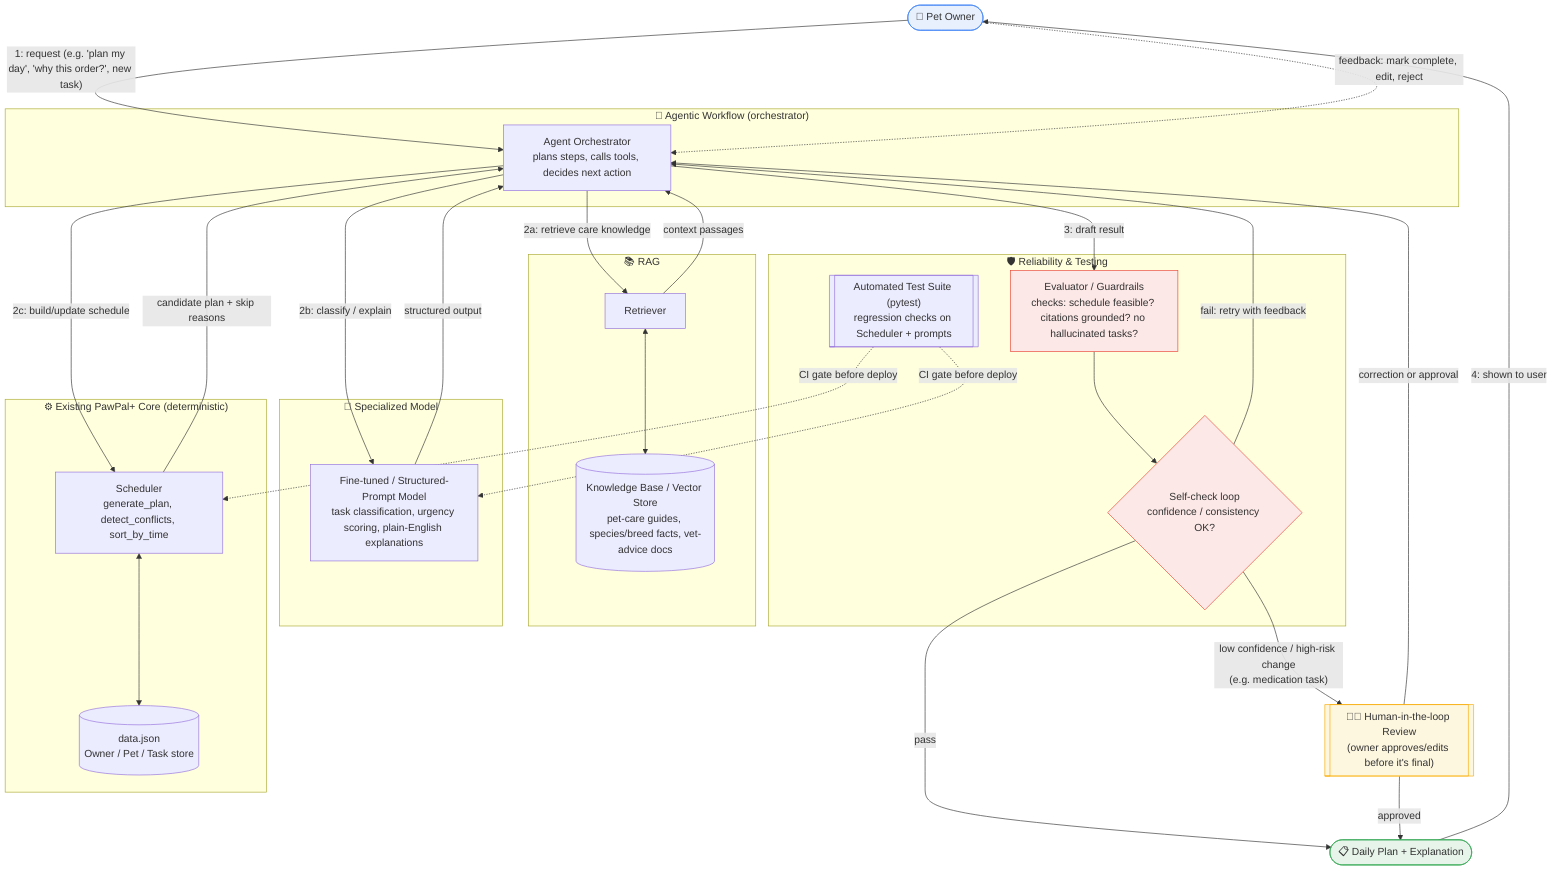
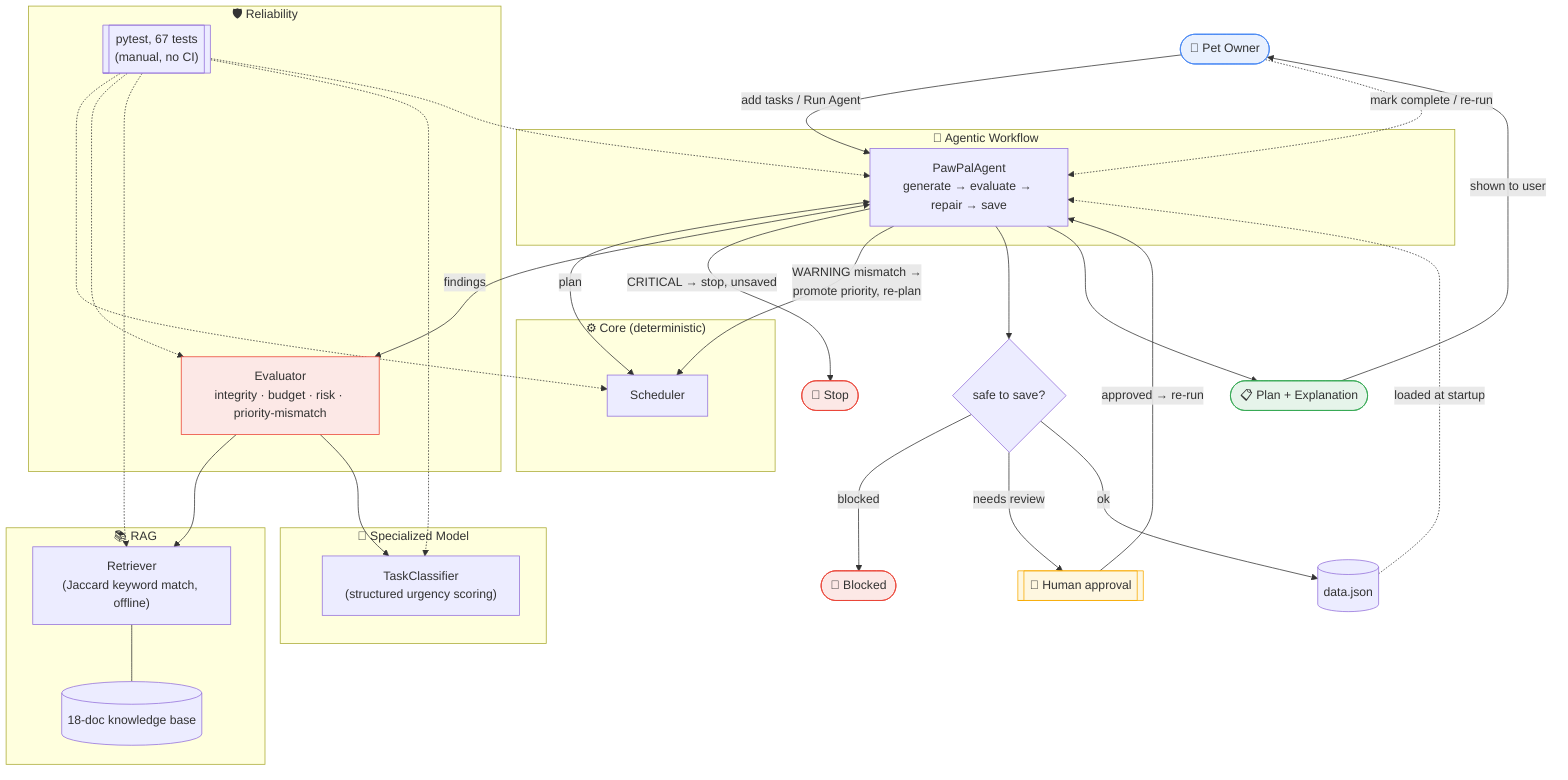
flowchart TB
    User(["👤 Pet Owner"])
+     Output(["📋 Plan + Explanation"])

-     User -->|"1: request (e.g. 'plan my day', 'why this order?', new task)"| Agent
+     User -->|"add tasks / Run Agent"| Agent
+     Output -->|"shown to user"| User
+     User -.->|"mark complete / re-run"| Agent

-     subgraph AGENTIC["🤖 Agentic Workflow (orchestrator)"]
-         Agent["Agent Orchestrator<br/>plans steps, calls tools, decides next action"]
+     subgraph AGENTIC["🤖 Agentic Workflow"]
+         Agent["PawPalAgent<br/>generate → evaluate → repair → save"]
+     end
+ 
+     subgraph CORE["⚙️ Core (deterministic)"]
+         Scheduler["Scheduler"]
+     end
+ 
+     subgraph RELSUB["🛡️ Reliability"]
+         Evaluator["Evaluator<br/>integrity · budget · risk · priority-mismatch"]
+         TestSuite[["pytest, 67 tests<br/>(manual, no CI)"]]
    end

    subgraph RAGSUB["📚 RAG"]
-         Retriever["Retriever"]
-         KB[("Knowledge Base / Vector Store<br/>pet-care guides, species/breed facts, vet-advice docs")]
-         Retriever <--> KB
+         Retriever["Retriever<br/>(Jaccard keyword match, offline)"]
+         KB[("18-doc knowledge base")]
+         Retriever --- KB
    end

    subgraph MODELSUB["🎯 Specialized Model"]
-         SpecModel["Fine-tuned / Structured-Prompt Model<br/>task classification, urgency scoring, plain-English explanations"]
+         SpecModel["TaskClassifier<br/>(structured urgency scoring)"]
    end

-     subgraph CORE["⚙️ Existing PawPal+ Core (deterministic)"]
-         Scheduler["Scheduler<br/>generate_plan, detect_conflicts, sort_by_time"]
-         Data[("data.json<br/>Owner / Pet / Task store")]
-         Scheduler <--> Data
-     end
+     Agent <-->|"plan"| Scheduler
+     Agent <-->|"findings"| Evaluator
+     Evaluator --> Retriever
+     Evaluator --> SpecModel

-     Agent -->|"2a: retrieve care knowledge"| Retriever
-     Retriever -->|"context passages"| Agent
+     Agent -->|"CRITICAL → stop, unsaved"| Stop(["🚫 Stop"])
+     Agent -->|"WARNING mismatch →<br/>promote priority, re-plan"| Scheduler

-     Agent -->|"2b: classify / explain"| SpecModel
-     SpecModel -->|"structured output"| Agent
+     Agent --> SaveGate{"safe to save?"}
+     SaveGate -->|"blocked"| Blocked(["🚫 Blocked"])
+     SaveGate -->|"needs review"| HumanReview[["🧑 Human approval"]]
+     SaveGate -->|"ok"| Data[("data.json")]
+     HumanReview -->|"approved → re-run"| Agent
+     Data -.->|"loaded at startup"| Agent

-     Agent -->|"2c: build/update schedule"| Scheduler
-     Scheduler -->|"candidate plan + skip reasons"| Agent
+     Agent --> Output

-     Agent -->|"3: draft result"| Evaluator
- 
-     subgraph RELSUB["🛡️ Reliability & Testing"]
-         Evaluator["Evaluator / Guardrails<br/>checks: schedule feasible? citations grounded? no hallucinated tasks?"]
-         SelfCheck{"Self-check loop<br/>confidence / consistency OK?"}
-         TestSuite[["Automated Test Suite (pytest)<br/>regression checks on Scheduler + prompts"]]
- 
-         Evaluator --> SelfCheck
-         SelfCheck -->|"fail: retry with feedback"| Agent
-         TestSuite -.->|"CI gate before deploy"| Scheduler
-         TestSuite -.->|"CI gate before deploy"| SpecModel
-     end
- 
-     SelfCheck -->|"pass"| Output(["📋 Daily Plan + Explanation"])
-     SelfCheck -->|"low confidence / high-risk change<br/>(e.g. medication task)"| HumanReview[["🧑‍⚕️ Human-in-the-loop Review<br/>(owner approves/edits before it's final)"]]
- 
-     HumanReview -->|"correction or approval"| Agent
-     HumanReview -->|"approved"| Output
- 
-     Output -->|"4: shown to user"| User
-     User -.->|"feedback: mark complete, edit, reject"| Agent
+     TestSuite -.-> Scheduler
+     TestSuite -.-> Evaluator
+     TestSuite -.-> Retriever
+     TestSuite -.-> SpecModel
+     TestSuite -.-> Agent

    style User fill:#e8f0fe,stroke:#4285f4
    style Output fill:#e6f4ea,stroke:#34a853
    style HumanReview fill:#fef7e0,stroke:#f9ab00
    style Evaluator fill:#fce8e6,stroke:#ea4335
-     style SelfCheck fill:#fce8e6,stroke:#ea4335
+     style Blocked fill:#fce8e6,stroke:#ea4335
+     style Stop fill:#fce8e6,stroke:#ea4335
